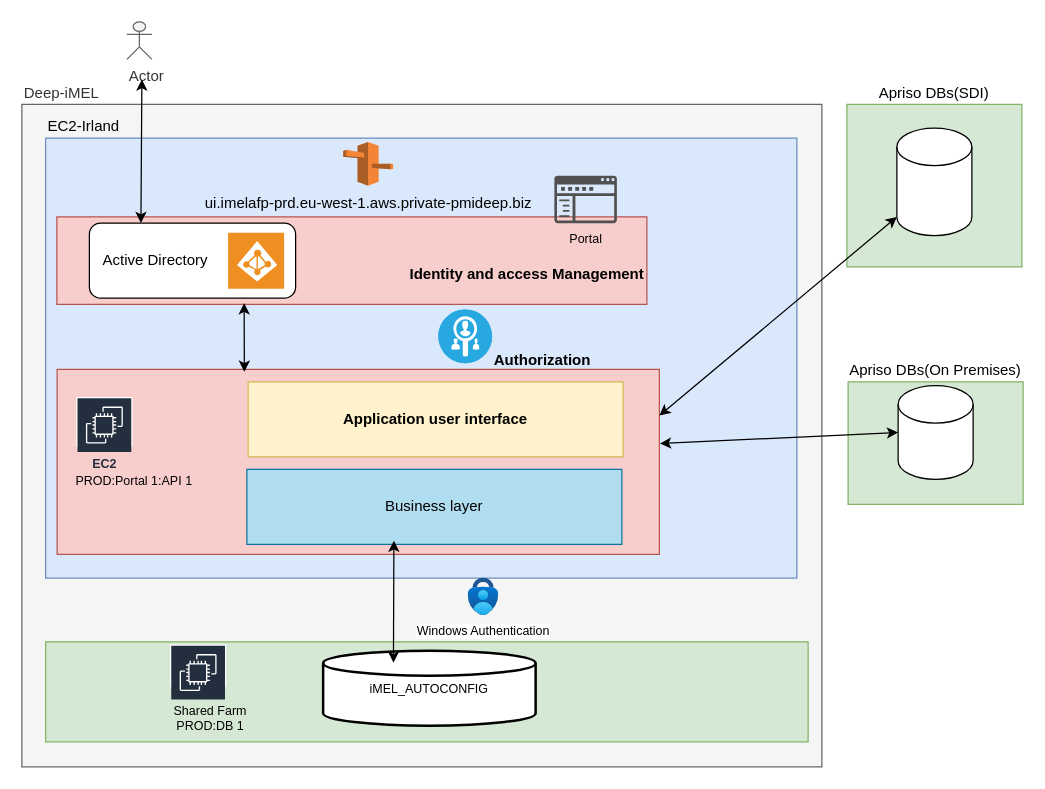
Before: Untitled Diagram.drawio in chulbuljha/SampleCode, a draw.io diagram. Source tidied: cells renumbered, new cells numbered last; positions are measured from the earlier drawing's top-left corner, leaving out a move shared by most shapes. Both pictures are drawn from the tidied source at 125%, with x=0, y=0 at pixel (21, 21).
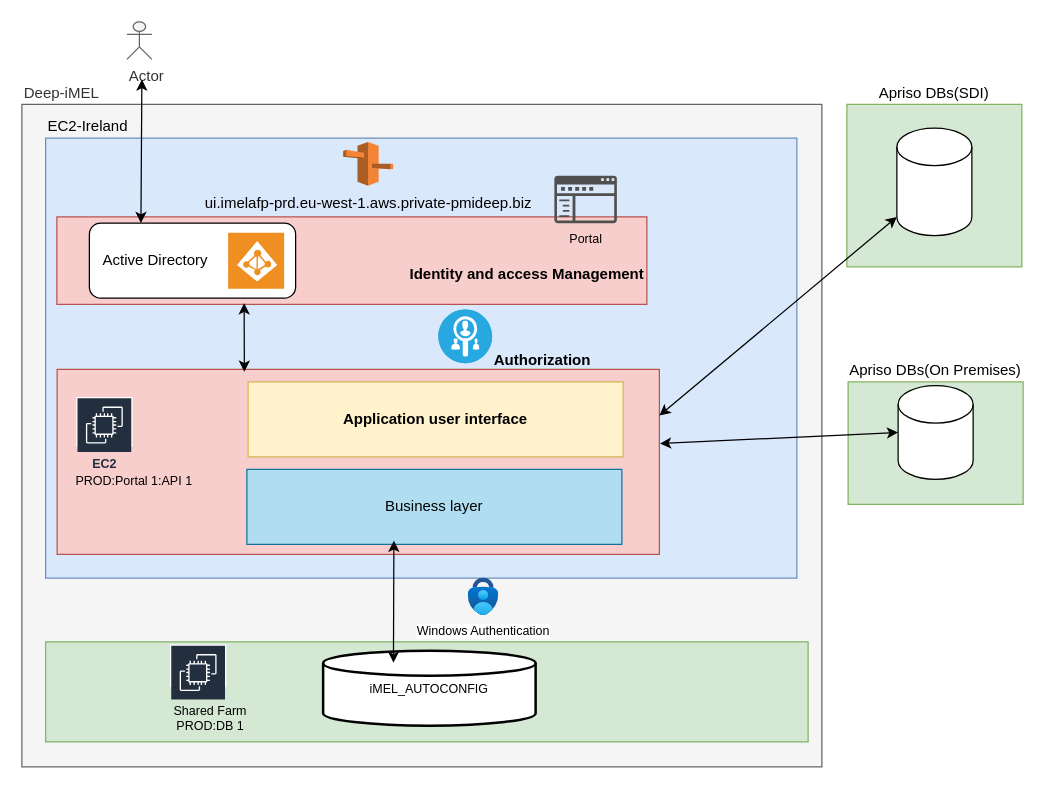
The same diagram, later.

Change to the diagram source:
```diff
@@
-    <mxCell id="3" value="EC2-Irland" style="rounded=0;whiteSpace=wrap;html=1;strokeColor=#6c8ebf;align=left;verticalAlign=bottom;fontFamily=Helvetica;fontSize=12;fillColor=#dae8fc;labelPosition=center;verticalLabelPosition=top;" parent="1" vertex="1">
+    <mxCell id="3" value="EC2-Ireland" style="rounded=0;whiteSpace=wrap;html=1;strokeColor=#6c8ebf;align=left;verticalAlign=bottom;fontFamily=Helvetica;fontSize=12;fillColor=#dae8fc;labelPosition=center;verticalLabelPosition=top;" parent="1" vertex="1">
       <mxGeometry x="19" y="93" width="601" height="352" as="geometry" />
     </mxCell>
```
